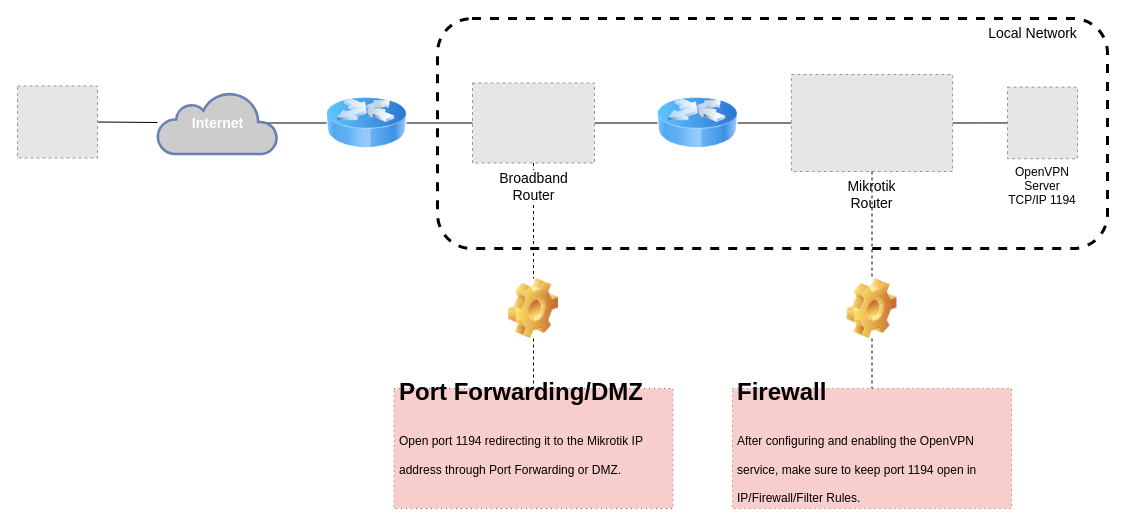
renatotecchio/openvpn-connection keeps this draw.io diagram as docs/Network Diagram.drawio. Above is the earlier version. Source tidied: cells renumbered, new cells numbered last; positions are measured from the earlier drawing's top-left corner, leaving out a move shared by most shapes. Both pictures are drawn from the tidied source at 100%, with x=0, y=0 at pixel (17, 18). Pictures stored in the file or linked from it are replaced by grey dashed boxes.
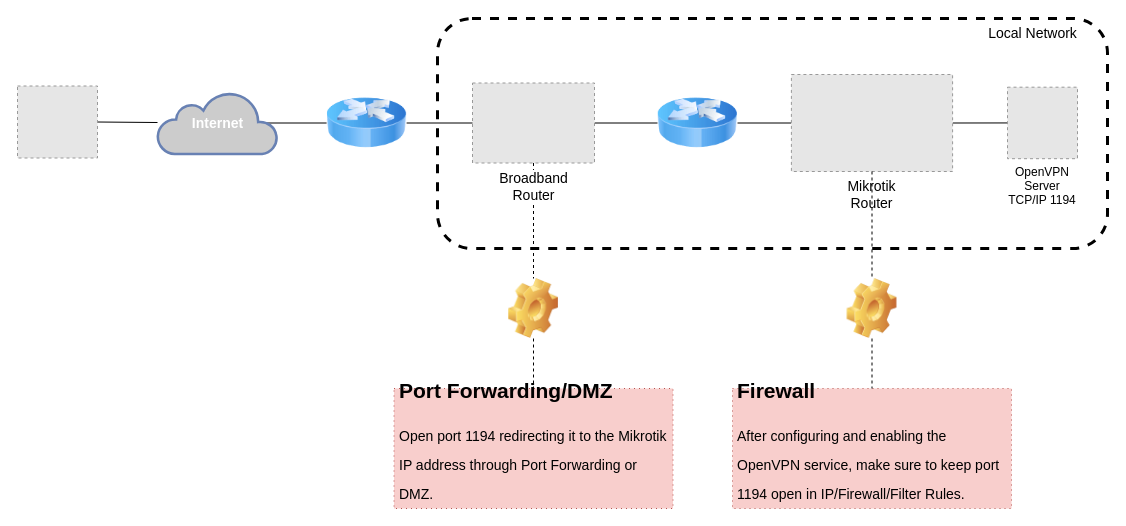
Above is the later version.

Diff of the diagram source:
```diff
@@
-    <mxCell id="19" value="&lt;span style=&quot;font-size: 24px;&quot;&gt;&lt;b&gt;Port Forwarding/DMZ&lt;/b&gt;&lt;/span&gt;&lt;h1&gt;&lt;span style=&quot;font-size: 12px; font-weight: 400;&quot;&gt;Open port 1194 redirecting it to the Mikrotik IP address through Port Forwarding or DMZ.&lt;/span&gt;&lt;br&gt;&lt;/h1&gt;" style="text;html=1;strokeColor=#b85450;fillColor=#f8cecc;spacing=5;spacingTop=-20;whiteSpace=wrap;overflow=hidden;rounded=0;dashed=1;dashPattern=1 4;" parent="1" vertex="1">
+    <mxCell id="19" value="&lt;b style=&quot;font-size: 21px;&quot;&gt;&lt;font style=&quot;font-size: 21px;&quot;&gt;Port Forwarding/DMZ&lt;/font&gt;&lt;/b&gt;&lt;h1 style=&quot;&quot;&gt;&lt;span style=&quot;font-weight: 400;&quot;&gt;&lt;font style=&quot;font-size: 14px;&quot;&gt;Open port 1194 redirecting it to the Mikrotik IP address through Port Forwarding or DMZ.&lt;/font&gt;&lt;/span&gt;&lt;br&gt;&lt;/h1&gt;" style="text;html=1;strokeColor=#b85450;fillColor=#f8cecc;spacing=5;spacingTop=-20;whiteSpace=wrap;overflow=hidden;rounded=0;dashed=1;dashPattern=1 4;" parent="1" vertex="1">
       <mxGeometry x="376.5" y="370" width="279" height="120" as="geometry" />
     </mxCell>
@@
-    <mxCell id="23" value="&lt;span style=&quot;font-size: 24px;&quot;&gt;&lt;b&gt;Firewall&lt;/b&gt;&lt;/span&gt;&lt;br&gt;&lt;h1&gt;&lt;span style=&quot;font-size: 12px; font-weight: 400;&quot;&gt;After configuring and enabling the OpenVPN service, make sure to keep port 1194 open in IP/Firewall/Filter Rules.&lt;/span&gt;&lt;br&gt;&lt;/h1&gt;" style="text;html=1;strokeColor=#b85450;fillColor=#f8cecc;spacing=5;spacingTop=-20;whiteSpace=wrap;overflow=hidden;rounded=0;dashed=1;dashPattern=1 4;" parent="1" vertex="1">
+    <mxCell id="23" value="&lt;font style=&quot;font-size: 21px;&quot;&gt;&lt;b style=&quot;&quot;&gt;Firewall&lt;/b&gt;&lt;br&gt;&lt;/font&gt;&lt;h1 style=&quot;&quot;&gt;&lt;span style=&quot;font-weight: 400;&quot;&gt;&lt;font style=&quot;font-size: 14px;&quot;&gt;After configuring and enabling the OpenVPN service, make sure to keep port 1194 open in IP/Firewall/Filter Rules.&lt;/font&gt;&lt;/span&gt;&lt;br&gt;&lt;/h1&gt;" style="text;html=1;strokeColor=#b85450;fillColor=#f8cecc;spacing=5;spacingTop=-20;whiteSpace=wrap;overflow=hidden;rounded=0;dashed=1;dashPattern=1 4;align=left;" parent="1" vertex="1">
       <mxGeometry x="715" y="370" width="279" height="120" as="geometry" />
     </mxCell>
```
